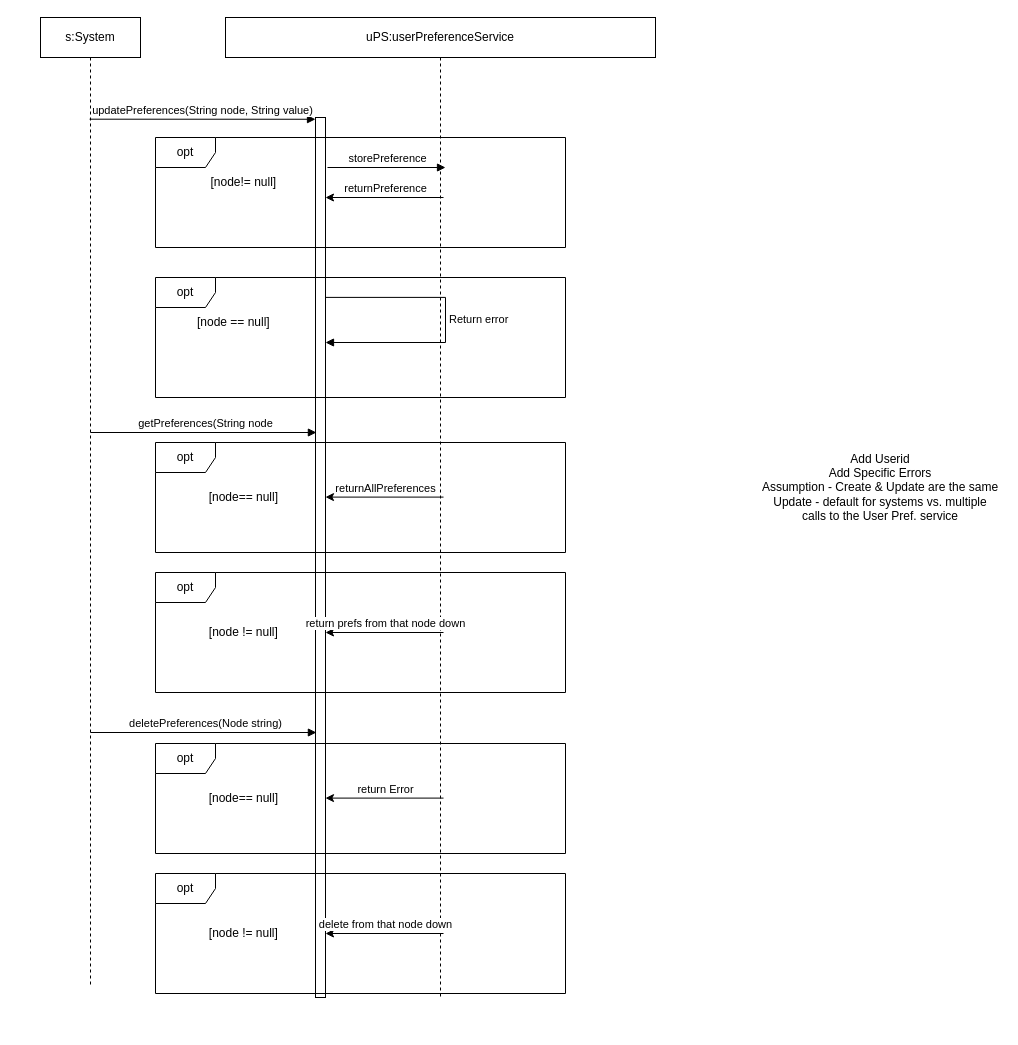
This is page "Sequence" (5 of 7) of Drawings/Microservices/UserPreferences/User Preference.drawio from RMSLowside/rmslow, a draw.io file, before an edit. Source tidied: cells renumbered, new cells numbered last; positions are measured from the earlier drawing's top-left corner, leaving out a move shared by most shapes. Both pictures are drawn from the tidied source at 100%, with x=0, y=0 at pixel (40, 17).
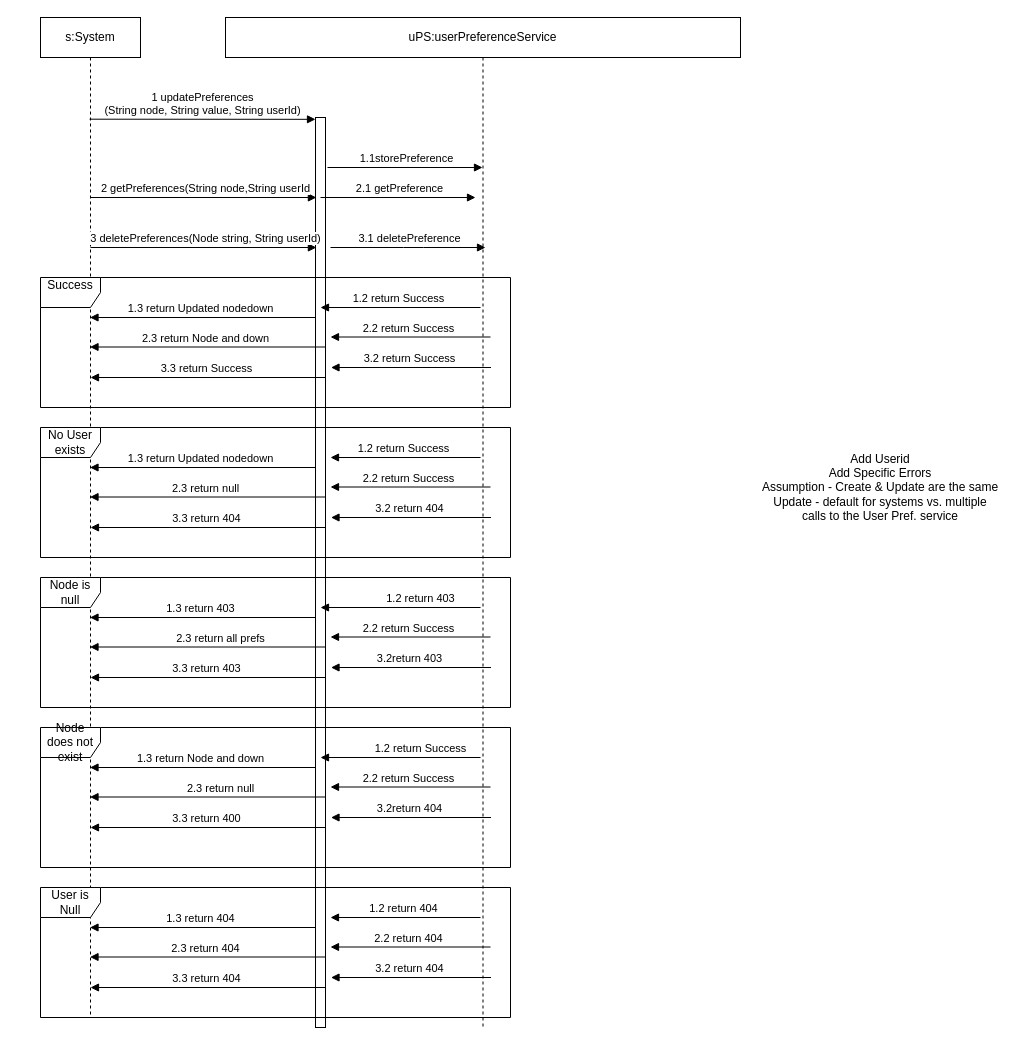
The same diagram, later.

Change to the diagram source:
```diff
@@
     <mxCell id="2" value="uPS:userPreferenceService" style="shape=umlLifeline;perimeter=lifelinePerimeter;whiteSpace=wrap;html=1;outlineConnect=0;size=40;" parent="1" vertex="1">
-      <mxGeometry x="185" width="430" height="980" as="geometry" />
+      <mxGeometry x="185" width="515" height="1010" as="geometry" />
     </mxCell>
     <mxCell id="3" style="html=1;points=[];perimeter=orthogonalPerimeter;" parent="2" vertex="1">
-      <mxGeometry x="90" y="100" width="10" height="880" as="geometry" />
+      <mxGeometry x="90" y="100" width="10" height="910" as="geometry" />
     </mxCell>
     <mxCell id="4" value="s:System" style="shape=umlLifeline;perimeter=lifelinePerimeter;whiteSpace=wrap;html=1;outlineConnect=0;" parent="1" vertex="1">
-      <mxGeometry width="100" height="970" as="geometry" />
+      <mxGeometry width="100" height="1000" as="geometry" />
     </mxCell>
-    <mxCell id="5" value="updatePreferences(String node, String value)" style="html=1;verticalAlign=bottom;endArrow=block;entryX=0;entryY=0.002;entryDx=0;entryDy=0;entryPerimeter=0;" parent="1" edge="1" target="3">
+    <mxCell id="5" value="1 updatePreferences&lt;br&gt;(String node, String value, String userId)" style="html=1;verticalAlign=bottom;endArrow=block;entryX=0;entryY=0.002;entryDx=0;entryDy=0;entryPerimeter=0;" parent="1" edge="1" target="3">
       <mxGeometry relative="1" as="geometry">
         <mxPoint x="49.1" y="101.7" as="sourcePoint" />
       </mxGeometry>
     </mxCell>
-    <mxCell id="6" value="Return error" style="edgeStyle=orthogonalEdgeStyle;html=1;align=left;spacingLeft=2;endArrow=block;rounded=0;fontFamily=Helvetica;exitX=1.038;exitY=0.411;exitDx=0;exitDy=0;exitPerimeter=0;" parent="1" edge="1">
-      <mxGeometry relative="1" as="geometry">
-        <mxPoint x="285.4" y="279.9" as="sourcePoint" />
-        <mxPoint x="285" y="325" as="targetPoint" />
-        <Array as="points">
-          <mxPoint x="405" y="280" />
-          <mxPoint x="405" y="325" />
-        </Array>
-      </mxGeometry>
-    </mxCell>
-    <mxCell id="7" value="&lt;div&gt;[node == null]&amp;nbsp;&lt;/div&gt;" style="text;html=1;strokeColor=none;fillColor=none;align=center;verticalAlign=middle;whiteSpace=wrap;rounded=0;fontFamily=Helvetica;" parent="1" vertex="1">
-      <mxGeometry x="135" y="290" width="120" height="30" as="geometry" />
-    </mxCell>
-    <mxCell id="8" value="opt" style="shape=umlFrame;whiteSpace=wrap;html=1;fontFamily=Helvetica;" parent="1" vertex="1">
-      <mxGeometry x="115" y="120" width="410" height="110" as="geometry" />
-    </mxCell>
-    <mxCell id="9" value="getPreferences(String node" style="html=1;verticalAlign=bottom;endArrow=block;entryX=0;entryY=0.002;entryDx=0;entryDy=0;entryPerimeter=0;" parent="1" edge="1">
+    <mxCell id="9" value="2 getPreferences(String node,String userId" style="html=1;verticalAlign=bottom;endArrow=block;entryX=0;entryY=0.002;entryDx=0;entryDy=0;entryPerimeter=0;" parent="1" edge="1">
       <mxGeometry x="0.02" relative="1" as="geometry">
-        <mxPoint x="50" y="415" as="sourcePoint" />
-        <mxPoint x="275.9" y="415" as="targetPoint" />
+        <mxPoint x="50" y="180" as="sourcePoint" />
+        <mxPoint x="275.9" y="180" as="targetPoint" />
       </mxGeometry>
     </mxCell>
-    <mxCell id="10" value="opt" style="shape=umlFrame;whiteSpace=wrap;html=1;fontFamily=Helvetica;" parent="1" vertex="1">
-      <mxGeometry x="115" y="260" width="410" height="120" as="geometry" />
-    </mxCell>
-    <mxCell id="11" value="[node!= null]&amp;nbsp;" style="text;html=1;strokeColor=none;fillColor=none;align=center;verticalAlign=middle;whiteSpace=wrap;rounded=0;fontFamily=Helvetica;" parent="1" vertex="1">
-      <mxGeometry x="145" y="150" width="120" height="30" as="geometry" />
-    </mxCell>
-    <mxCell id="12" value="storePreference" style="html=1;verticalAlign=bottom;endArrow=block;" parent="1" edge="1">
+    <mxCell id="12" value="1.1storePreference" style="html=1;verticalAlign=bottom;endArrow=block;" parent="1" edge="1" target="2">
       <mxGeometry x="0.02" relative="1" as="geometry">
         <mxPoint x="287" y="150" as="sourcePoint" />
-        <mxPoint x="405" y="150" as="targetPoint" />
       </mxGeometry>
     </mxCell>
-    <mxCell id="13" value="returnPreference" style="html=1;verticalAlign=bottom;endArrow=none;startArrow=classic;startFill=1;endFill=0;" parent="1" edge="1">
-      <mxGeometry x="0.02" relative="1" as="geometry">
-        <mxPoint x="285" y="180" as="sourcePoint" />
-        <mxPoint x="403" y="180" as="targetPoint" />
-      </mxGeometry>
-    </mxCell>
-    <mxCell id="14" value="[node != null]&amp;nbsp;" style="text;html=1;strokeColor=none;fillColor=none;align=center;verticalAlign=middle;whiteSpace=wrap;rounded=0;fontFamily=Helvetica;" parent="1" vertex="1">
-      <mxGeometry x="145" y="600" width="120" height="30" as="geometry" />
-    </mxCell>
-    <mxCell id="15" value="opt" style="shape=umlFrame;whiteSpace=wrap;html=1;fontFamily=Helvetica;" parent="1" vertex="1">
-      <mxGeometry x="115" y="425" width="410" height="110" as="geometry" />
-    </mxCell>
-    <mxCell id="16" value="&lt;blockquote&gt;&lt;blockquote&gt;&lt;blockquote&gt;&lt;blockquote&gt;opt&lt;/blockquote&gt;&lt;/blockquote&gt;&lt;/blockquote&gt;&lt;/blockquote&gt;" style="shape=umlFrame;whiteSpace=wrap;html=1;fontFamily=Helvetica;" parent="1" vertex="1">
-      <mxGeometry x="115" y="555" width="410" height="120" as="geometry" />
-    </mxCell>
-    <mxCell id="17" value="[node== null]&amp;nbsp;" style="text;html=1;strokeColor=none;fillColor=none;align=center;verticalAlign=middle;whiteSpace=wrap;rounded=0;fontFamily=Helvetica;" parent="1" vertex="1">
-      <mxGeometry x="145" y="465" width="120" height="30" as="geometry" />
-    </mxCell>
-    <mxCell id="18" value="returnAllPreferences" style="html=1;verticalAlign=bottom;endArrow=none;startArrow=classic;startFill=1;endFill=0;" parent="1" edge="1">
-      <mxGeometry x="0.02" relative="1" as="geometry">
-        <mxPoint x="285" y="479.6" as="sourcePoint" />
-        <mxPoint x="403" y="479.6" as="targetPoint" />
-      </mxGeometry>
-    </mxCell>
-    <mxCell id="19" value="return prefs from that node down" style="html=1;verticalAlign=bottom;endArrow=none;startArrow=classic;startFill=1;endFill=0;" parent="1" edge="1">
-      <mxGeometry x="0.02" relative="1" as="geometry">
-        <mxPoint x="285" y="615" as="sourcePoint" />
-        <mxPoint x="403" y="615" as="targetPoint" />
-      </mxGeometry>
-    </mxCell>
-    <mxCell id="20" value="deletePreferences(Node string)" style="html=1;verticalAlign=bottom;endArrow=block;entryX=0;entryY=0.002;entryDx=0;entryDy=0;entryPerimeter=0;" parent="1" edge="1">
+    <mxCell id="20" value="3 deletePreferences(Node string, String userId)" style="html=1;verticalAlign=bottom;endArrow=block;entryX=0;entryY=0.002;entryDx=0;entryDy=0;entryPerimeter=0;" parent="1" edge="1">
       <mxGeometry x="0.02" relative="1" as="geometry">
-        <mxPoint x="50" y="715" as="sourcePoint" />
-        <mxPoint x="275.9" y="715" as="targetPoint" />
+        <mxPoint x="50" y="230" as="sourcePoint" />
+        <mxPoint x="275.9" y="230" as="targetPoint" />
       </mxGeometry>
     </mxCell>
-    <mxCell id="21" value="[node != null]&amp;nbsp;" style="text;html=1;strokeColor=none;fillColor=none;align=center;verticalAlign=middle;whiteSpace=wrap;rounded=0;fontFamily=Helvetica;" parent="1" vertex="1">
-      <mxGeometry x="145" y="901" width="120" height="30" as="geometry" />
-    </mxCell>
-    <mxCell id="22" value="opt" style="shape=umlFrame;whiteSpace=wrap;html=1;fontFamily=Helvetica;" parent="1" vertex="1">
-      <mxGeometry x="115" y="726" width="410" height="110" as="geometry" />
-    </mxCell>
-    <mxCell id="23" value="opt" style="shape=umlFrame;whiteSpace=wrap;html=1;fontFamily=Helvetica;" parent="1" vertex="1">
-      <mxGeometry x="115" y="856" width="410" height="120" as="geometry" />
-    </mxCell>
-    <mxCell id="24" value="[node== null]&amp;nbsp;" style="text;html=1;strokeColor=none;fillColor=none;align=center;verticalAlign=middle;whiteSpace=wrap;rounded=0;fontFamily=Helvetica;" parent="1" vertex="1">
-      <mxGeometry x="145" y="766" width="120" height="30" as="geometry" />
-    </mxCell>
-    <mxCell id="25" value="return Error" style="html=1;verticalAlign=bottom;endArrow=none;startArrow=classic;startFill=1;endFill=0;" parent="1" edge="1">
-      <mxGeometry x="0.02" relative="1" as="geometry">
-        <mxPoint x="285" y="780.6" as="sourcePoint" />
-        <mxPoint x="403" y="780.6" as="targetPoint" />
-      </mxGeometry>
-    </mxCell>
-    <mxCell id="26" value="delete from that node down" style="html=1;verticalAlign=bottom;endArrow=none;startArrow=classic;startFill=1;endFill=0;" parent="1" edge="1">
-      <mxGeometry x="0.02" relative="1" as="geometry">
-        <mxPoint x="285" y="916" as="sourcePoint" />
-        <mxPoint x="403" y="916" as="targetPoint" />
-      </mxGeometry>
-    </mxCell>
+    <mxCell id="28" value="&lt;div&gt;Success&lt;/div&gt;&lt;div&gt;&lt;br&gt;&lt;/div&gt;" style="shape=umlFrame;whiteSpace=wrap;html=1;" parent="1" vertex="1">
+      <mxGeometry y="260" width="470" height="130" as="geometry" />
+    </mxCell>
+    <mxCell id="29" value="1.2 return Success " style="html=1;verticalAlign=bottom;endArrow=block;" parent="1" edge="1">
+      <mxGeometry x="0.02" relative="1" as="geometry">
+        <mxPoint x="440" y="290" as="sourcePoint" />
+        <mxPoint x="280" y="290" as="targetPoint" />
+      </mxGeometry>
+    </mxCell>
+    <mxCell id="30" value="1.3 return Updated nodedown " style="html=1;verticalAlign=bottom;endArrow=block;" parent="1" edge="1" target="4">
+      <mxGeometry x="0.02" relative="1" as="geometry">
+        <mxPoint x="275" y="300" as="sourcePoint" />
+      </mxGeometry>
+    </mxCell>
+    <mxCell id="31" value="2.2 return Success " style="html=1;verticalAlign=bottom;endArrow=block;" parent="1" edge="1">
+      <mxGeometry x="0.02" relative="1" as="geometry">
+        <mxPoint x="450" y="319.5" as="sourcePoint" />
+        <mxPoint x="290" y="319.5" as="targetPoint" />
+      </mxGeometry>
+    </mxCell>
+    <mxCell id="32" value="2.3 return Node and down" style="html=1;verticalAlign=bottom;endArrow=block;" parent="1" edge="1" target="4">
+      <mxGeometry x="0.02" relative="1" as="geometry">
+        <mxPoint x="285" y="329.5" as="sourcePoint" />
+      </mxGeometry>
+    </mxCell>
+    <mxCell id="33" value="2.1 getPreference" style="html=1;verticalAlign=bottom;endArrow=block;" parent="1" edge="1">
+      <mxGeometry x="0.02" relative="1" as="geometry">
+        <mxPoint x="280" y="180" as="sourcePoint" />
+        <mxPoint x="435" y="180" as="targetPoint" />
+      </mxGeometry>
+    </mxCell>
+    <mxCell id="34" value="3.1 deletePreference" style="html=1;verticalAlign=bottom;endArrow=block;" parent="1" edge="1">
+      <mxGeometry x="0.02" relative="1" as="geometry">
+        <mxPoint x="290" y="230" as="sourcePoint" />
+        <mxPoint x="445" y="230" as="targetPoint" />
+        <Array as="points">
+          <mxPoint x="373" y="230" />
+        </Array>
+      </mxGeometry>
+    </mxCell>
+    <mxCell id="35" value="3.2 return Success " style="html=1;verticalAlign=bottom;endArrow=block;" parent="1" edge="1">
+      <mxGeometry x="0.02" relative="1" as="geometry">
+        <mxPoint x="450.5" y="350" as="sourcePoint" />
+        <mxPoint x="290.5" y="350" as="targetPoint" />
+      </mxGeometry>
+    </mxCell>
+    <mxCell id="36" value="3.3 return Success " style="html=1;verticalAlign=bottom;endArrow=block;" parent="1" edge="1">
+      <mxGeometry x="0.02" relative="1" as="geometry">
+        <mxPoint x="285.5" y="360" as="sourcePoint" />
+        <mxPoint x="50" y="360" as="targetPoint" />
+      </mxGeometry>
+    </mxCell>
+    <mxCell id="37" value="&lt;div&gt;No User exists&lt;br&gt;&lt;/div&gt;" style="shape=umlFrame;whiteSpace=wrap;html=1;" parent="1" vertex="1">
+      <mxGeometry y="410" width="470" height="130" as="geometry" />
+    </mxCell>
+    <mxCell id="38" value="1.2 return Success " style="html=1;verticalAlign=bottom;endArrow=block;" parent="1" edge="1">
+      <mxGeometry x="0.02" relative="1" as="geometry">
+        <mxPoint x="440" y="440" as="sourcePoint" />
+        <mxPoint x="290" y="440" as="targetPoint" />
+      </mxGeometry>
+    </mxCell>
+    <mxCell id="39" value="1.3 return Updated nodedown " style="html=1;verticalAlign=bottom;endArrow=block;" parent="1" edge="1">
+      <mxGeometry x="0.02" relative="1" as="geometry">
+        <mxPoint x="275" y="450" as="sourcePoint" />
+        <mxPoint x="49.5" y="450" as="targetPoint" />
+      </mxGeometry>
+    </mxCell>
+    <mxCell id="40" value="2.2 return Success " style="html=1;verticalAlign=bottom;endArrow=block;" parent="1" edge="1">
+      <mxGeometry x="0.02" relative="1" as="geometry">
+        <mxPoint x="450" y="469.5" as="sourcePoint" />
+        <mxPoint x="290" y="469.5" as="targetPoint" />
+      </mxGeometry>
+    </mxCell>
+    <mxCell id="41" value="2.3 return null" style="html=1;verticalAlign=bottom;endArrow=block;" parent="1" edge="1">
+      <mxGeometry x="0.02" relative="1" as="geometry">
+        <mxPoint x="285" y="479.5" as="sourcePoint" />
+        <mxPoint x="49.5" y="479.5" as="targetPoint" />
+      </mxGeometry>
+    </mxCell>
+    <mxCell id="42" value="3.2 return 404 " style="html=1;verticalAlign=bottom;endArrow=block;" parent="1" edge="1">
+      <mxGeometry x="0.02" relative="1" as="geometry">
+        <mxPoint x="450.5" y="500" as="sourcePoint" />
+        <mxPoint x="290.5" y="500" as="targetPoint" />
+      </mxGeometry>
+    </mxCell>
+    <mxCell id="43" value="3.3 return 404 " style="html=1;verticalAlign=bottom;endArrow=block;" parent="1" edge="1">
+      <mxGeometry x="0.02" relative="1" as="geometry">
+        <mxPoint x="285.5" y="510" as="sourcePoint" />
+        <mxPoint x="50" y="510" as="targetPoint" />
+      </mxGeometry>
+    </mxCell>
+    <mxCell id="44" value="Node is null" style="shape=umlFrame;whiteSpace=wrap;html=1;" parent="1" vertex="1">
+      <mxGeometry y="560" width="470" height="130" as="geometry" />
+    </mxCell>
+    <mxCell id="45" value="1.2 return 403" style="html=1;verticalAlign=bottom;endArrow=block;" parent="1" edge="1">
+      <mxGeometry x="-0.25" relative="1" as="geometry">
+        <mxPoint x="440" y="590" as="sourcePoint" />
+        <mxPoint x="280" y="590" as="targetPoint" />
+      </mxGeometry>
+    </mxCell>
+    <mxCell id="46" value="1.3 return 403" style="html=1;verticalAlign=bottom;endArrow=block;" parent="1" edge="1">
+      <mxGeometry x="0.02" relative="1" as="geometry">
+        <mxPoint x="275" y="600" as="sourcePoint" />
+        <mxPoint x="49.5" y="600" as="targetPoint" />
+      </mxGeometry>
+    </mxCell>
+    <mxCell id="47" value="2.2 return Success " style="html=1;verticalAlign=bottom;endArrow=block;" parent="1" edge="1">
+      <mxGeometry x="0.02" relative="1" as="geometry">
+        <mxPoint x="450" y="619.5" as="sourcePoint" />
+        <mxPoint x="290" y="619.5" as="targetPoint" />
+      </mxGeometry>
+    </mxCell>
+    <mxCell id="48" value="2.3 return all prefs" style="html=1;verticalAlign=bottom;endArrow=block;" parent="1" edge="1">
+      <mxGeometry x="-0.11" relative="1" as="geometry">
+        <mxPoint x="285" y="629.5" as="sourcePoint" />
+        <mxPoint x="49.5" y="629.5" as="targetPoint" />
+      </mxGeometry>
+    </mxCell>
+    <mxCell id="49" value="3.2return 403 " style="html=1;verticalAlign=bottom;endArrow=block;" parent="1" edge="1">
+      <mxGeometry x="0.02" relative="1" as="geometry">
+        <mxPoint x="450.5" y="650" as="sourcePoint" />
+        <mxPoint x="290.5" y="650" as="targetPoint" />
+      </mxGeometry>
+    </mxCell>
+    <mxCell id="50" value="3.3 return 403 " style="html=1;verticalAlign=bottom;endArrow=block;" parent="1" edge="1">
+      <mxGeometry x="0.02" relative="1" as="geometry">
+        <mxPoint x="285.5" y="660" as="sourcePoint" />
+        <mxPoint x="50" y="660" as="targetPoint" />
+      </mxGeometry>
+    </mxCell>
+    <mxCell id="51" value="Node does not exist" style="shape=umlFrame;whiteSpace=wrap;html=1;" parent="1" vertex="1">
+      <mxGeometry y="710" width="470" height="140" as="geometry" />
+    </mxCell>
+    <mxCell id="52" value="1.2 return Success" style="html=1;verticalAlign=bottom;endArrow=block;" parent="1" edge="1">
+      <mxGeometry x="-0.25" relative="1" as="geometry">
+        <mxPoint x="440" y="740" as="sourcePoint" />
+        <mxPoint x="280" y="740" as="targetPoint" />
+      </mxGeometry>
+    </mxCell>
+    <mxCell id="53" value="1.3 return Node and down" style="html=1;verticalAlign=bottom;endArrow=block;" parent="1" edge="1">
+      <mxGeometry x="0.02" relative="1" as="geometry">
+        <mxPoint x="275" y="750" as="sourcePoint" />
+        <mxPoint x="49.5" y="750" as="targetPoint" />
+      </mxGeometry>
+    </mxCell>
+    <mxCell id="54" value="2.2 return Success " style="html=1;verticalAlign=bottom;endArrow=block;" parent="1" edge="1">
+      <mxGeometry x="0.02" relative="1" as="geometry">
+        <mxPoint x="450" y="769.5" as="sourcePoint" />
+        <mxPoint x="290" y="769.5" as="targetPoint" />
+      </mxGeometry>
+    </mxCell>
+    <mxCell id="55" value="2.3 return null" style="html=1;verticalAlign=bottom;endArrow=block;" parent="1" edge="1">
+      <mxGeometry x="-0.11" relative="1" as="geometry">
+        <mxPoint x="285" y="779.5" as="sourcePoint" />
+        <mxPoint x="49.5" y="779.5" as="targetPoint" />
+      </mxGeometry>
+    </mxCell>
+    <mxCell id="56" value="3.2return 404 " style="html=1;verticalAlign=bottom;endArrow=block;" parent="1" edge="1">
+      <mxGeometry x="0.02" relative="1" as="geometry">
+        <mxPoint x="450.5" y="800" as="sourcePoint" />
+        <mxPoint x="290.5" y="800" as="targetPoint" />
+      </mxGeometry>
+    </mxCell>
+    <mxCell id="57" value="3.3 return 400 " style="html=1;verticalAlign=bottom;endArrow=block;" parent="1" edge="1">
+      <mxGeometry x="0.02" relative="1" as="geometry">
+        <mxPoint x="285.5" y="810" as="sourcePoint" />
+        <mxPoint x="50" y="810" as="targetPoint" />
+      </mxGeometry>
+    </mxCell>
+    <mxCell id="58" value="User is Null" style="shape=umlFrame;whiteSpace=wrap;html=1;" parent="1" vertex="1">
+      <mxGeometry y="870" width="470" height="130" as="geometry" />
+    </mxCell>
+    <mxCell id="59" value="1.2 return 404 " style="html=1;verticalAlign=bottom;endArrow=block;" parent="1" edge="1">
+      <mxGeometry x="0.02" relative="1" as="geometry">
+        <mxPoint x="440" y="900" as="sourcePoint" />
+        <mxPoint x="290" y="900" as="targetPoint" />
+      </mxGeometry>
+    </mxCell>
+    <mxCell id="60" value="1.3 return 404" style="html=1;verticalAlign=bottom;endArrow=block;" parent="1" edge="1">
+      <mxGeometry x="0.02" relative="1" as="geometry">
+        <mxPoint x="275" y="910" as="sourcePoint" />
+        <mxPoint x="49.5" y="910" as="targetPoint" />
+      </mxGeometry>
+    </mxCell>
+    <mxCell id="61" value="2.2 return 404 " style="html=1;verticalAlign=bottom;endArrow=block;" parent="1" edge="1">
+      <mxGeometry x="0.02" relative="1" as="geometry">
+        <mxPoint x="450" y="929.5" as="sourcePoint" />
+        <mxPoint x="290" y="929.5" as="targetPoint" />
+      </mxGeometry>
+    </mxCell>
+    <mxCell id="62" value="2.3 return 404" style="html=1;verticalAlign=bottom;endArrow=block;" parent="1" edge="1">
+      <mxGeometry x="0.02" relative="1" as="geometry">
+        <mxPoint x="285" y="939.5" as="sourcePoint" />
+        <mxPoint x="49.5" y="939.5" as="targetPoint" />
+      </mxGeometry>
+    </mxCell>
+    <mxCell id="63" value="3.2 return 404 " style="html=1;verticalAlign=bottom;endArrow=block;" parent="1" edge="1">
+      <mxGeometry x="0.02" relative="1" as="geometry">
+        <mxPoint x="450.5" y="960" as="sourcePoint" />
+        <mxPoint x="290.5" y="960" as="targetPoint" />
+      </mxGeometry>
+    </mxCell>
+    <mxCell id="64" value="3.3 return 404 " style="html=1;verticalAlign=bottom;endArrow=block;" parent="1" edge="1">
+      <mxGeometry x="0.02" relative="1" as="geometry">
+        <mxPoint x="285.5" y="970" as="sourcePoint" />
+        <mxPoint x="50" y="970" as="targetPoint" />
+      </mxGeometry>
+    </mxCell>
```
